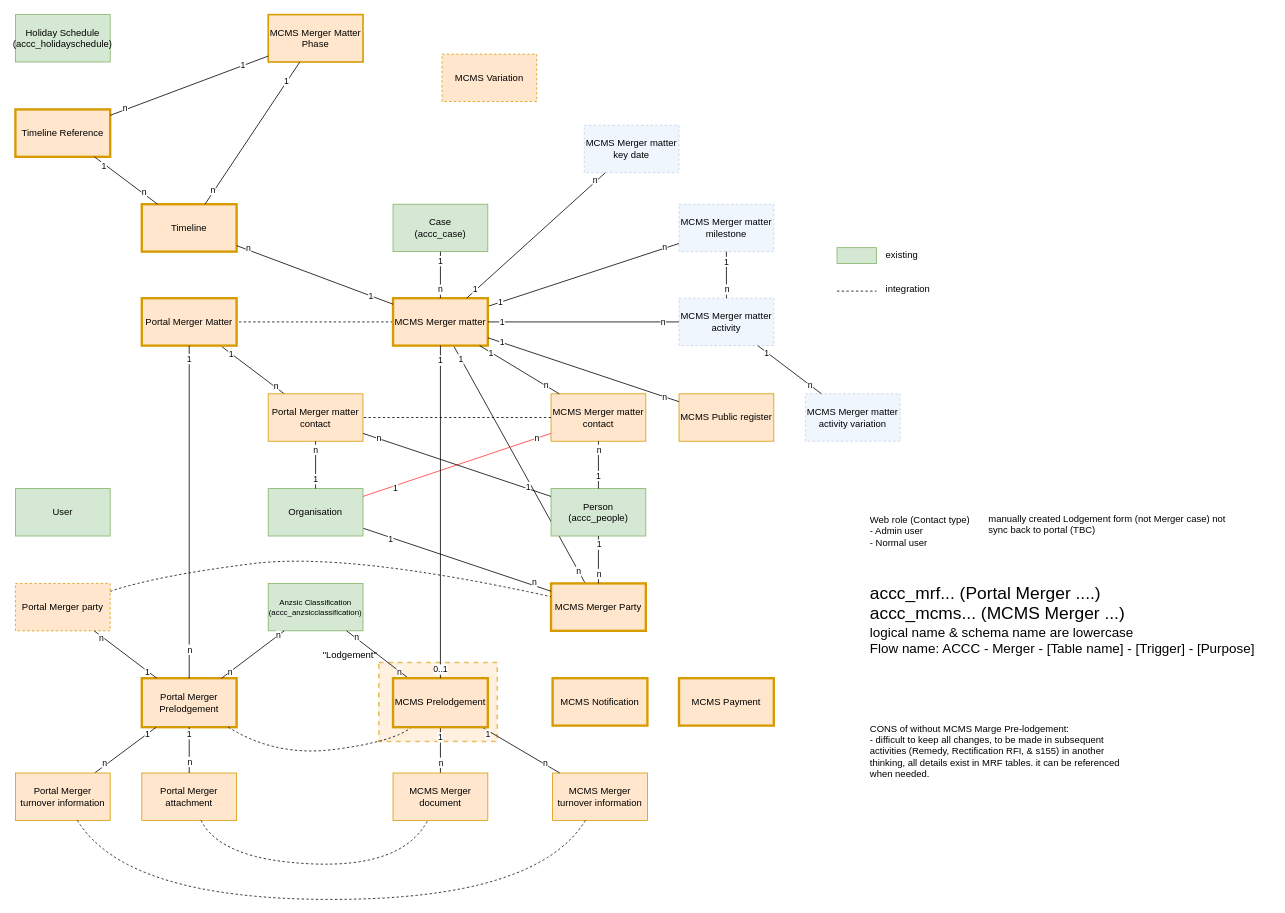
Earlier version of the draw.io diagram page "Entities v4" (12 of 14) of Merger.drawio (danieldotskc/helloworld). Source tidied: cells renumbered, new cells numbered last; positions are measured from the earlier drawing's top-left corner, leaving out a move shared by most shapes. Both pictures are drawn from the tidied source at 79%, with x=0, y=0 at pixel (15, 14).
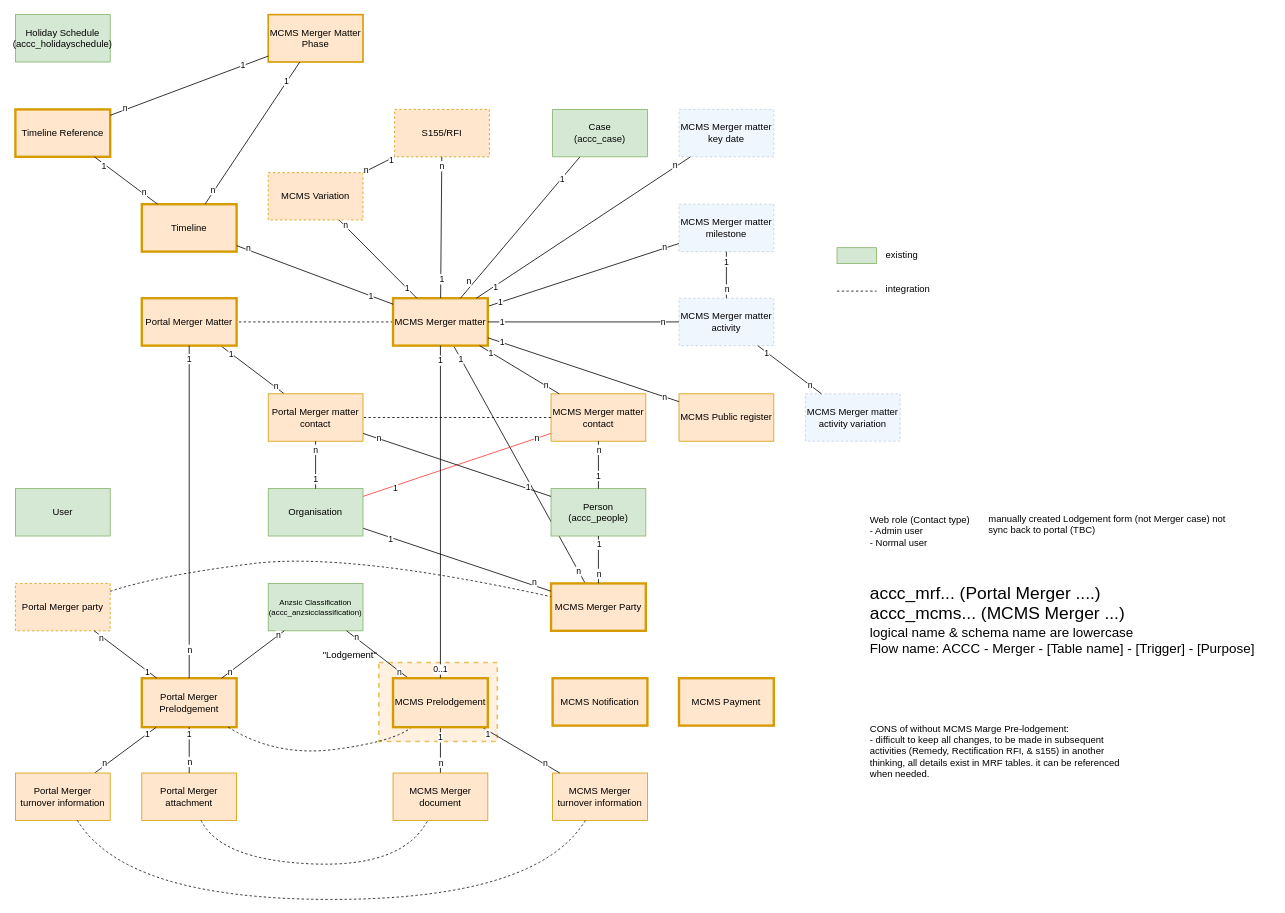
The same page after the edit.

Commit message:
Variation tables

Unchanged cells that the change refers to:
```xml
<mxCell id="14" value="&lt;div&gt;&lt;span style=&quot;background-color: transparent; color: light-dark(rgb(0, 0, 0), rgb(255, 255, 255));&quot;&gt;MCMS Merger matter&lt;/span&gt;&lt;/div&gt;" style="rounded=0;whiteSpace=wrap;html=1;fillColor=#ffe6cc;strokeColor=#d79b00;strokeWidth=3;" parent="1" vertex="1">
  <mxGeometry x="478" y="359" width="120" height="60" as="geometry" />
</mxCell>
```

The edit, as a diff of the source:
```diff
@@
     <mxCell id="19" value="Case&lt;div&gt;(accc_case)&lt;/div&gt;" style="rounded=0;whiteSpace=wrap;html=1;fillColor=#d5e8d4;strokeColor=#82b366;" parent="1" vertex="1">
-      <mxGeometry x="478" y="240" width="120" height="60" as="geometry" />
+      <mxGeometry x="680" y="120" width="120" height="60" as="geometry" />
     </mxCell>
@@
     <mxCell id="92" value="MCMS Merger matter key date" style="rounded=0;whiteSpace=wrap;html=1;strokeColor=#6c8ebf;fillColor=#dae8fc;opacity=40;dashed=1;" parent="1" vertex="1">
-      <mxGeometry x="720" y="140" width="120" height="60" as="geometry" />
+      <mxGeometry x="840" y="120" width="120" height="60" as="geometry" />
     </mxCell>
@@
     <mxCell id="132" value="MCMS Variation" style="rounded=0;whiteSpace=wrap;html=1;fillColor=#ffe6cc;strokeColor=#d79b00;dashed=1;" parent="1" vertex="1">
-      <mxGeometry x="540" y="50" width="120" height="60" as="geometry" />
+      <mxGeometry x="320" y="200" width="120" height="60" as="geometry" />
     </mxCell>
+    <mxCell id="133" value="S155/RFI" style="rounded=0;whiteSpace=wrap;html=1;fillColor=#ffe6cc;strokeColor=#d79b00;dashed=1;" parent="1" vertex="1">
+      <mxGeometry x="480" y="120" width="120" height="60" as="geometry" />
+    </mxCell>
+    <mxCell id="134" style="endArrow=none;html=1;rounded=0;" parent="1" edge="1" source="14" target="133">
+      <mxGeometry relative="1" as="geometry" />
+    </mxCell>
+    <mxCell id="135" value="1" style="edgeLabel;html=1;align=center;verticalAlign=middle;" parent="134" vertex="1">
+      <mxGeometry x="-0.71" relative="1" as="geometry">
+        <mxPoint x="1" y="1" as="offset" />
+      </mxGeometry>
+    </mxCell>
+    <mxCell id="136" value="n" style="edgeLabel;html=1;align=center;verticalAlign=middle;" parent="134" vertex="1">
+      <mxGeometry x="0.85" relative="1" as="geometry">
+        <mxPoint y="-2" as="offset" />
+      </mxGeometry>
+    </mxCell>
+    <mxCell id="137" style="endArrow=none;html=1;rounded=0;" parent="1" edge="1" source="133" target="132">
+      <mxGeometry relative="1" as="geometry" />
+    </mxCell>
+    <mxCell id="138" value="1" style="edgeLabel;html=1;align=center;verticalAlign=middle;" parent="137" vertex="1">
+      <mxGeometry x="-0.71" relative="1" as="geometry">
+        <mxPoint x="1" y="1" as="offset" />
+      </mxGeometry>
+    </mxCell>
+    <mxCell id="139" value="n" style="edgeLabel;html=1;align=center;verticalAlign=middle;" parent="137" vertex="1">
+      <mxGeometry x="0.85" relative="1" as="geometry">
+        <mxPoint y="-2" as="offset" />
+      </mxGeometry>
+    </mxCell>
+    <mxCell id="140" style="endArrow=none;html=1;rounded=0;" parent="1" edge="1" source="14" target="132">
+      <mxGeometry relative="1" as="geometry" />
+    </mxCell>
+    <mxCell id="141" value="1" style="edgeLabel;html=1;align=center;verticalAlign=middle;" parent="140" vertex="1">
+      <mxGeometry x="-0.71" relative="1" as="geometry">
+        <mxPoint x="1" y="1" as="offset" />
+      </mxGeometry>
+    </mxCell>
+    <mxCell id="142" value="n" style="edgeLabel;html=1;align=center;verticalAlign=middle;" parent="140" vertex="1">
+      <mxGeometry x="0.85" relative="1" as="geometry">
+        <mxPoint y="-2" as="offset" />
+      </mxGeometry>
+    </mxCell>
```
